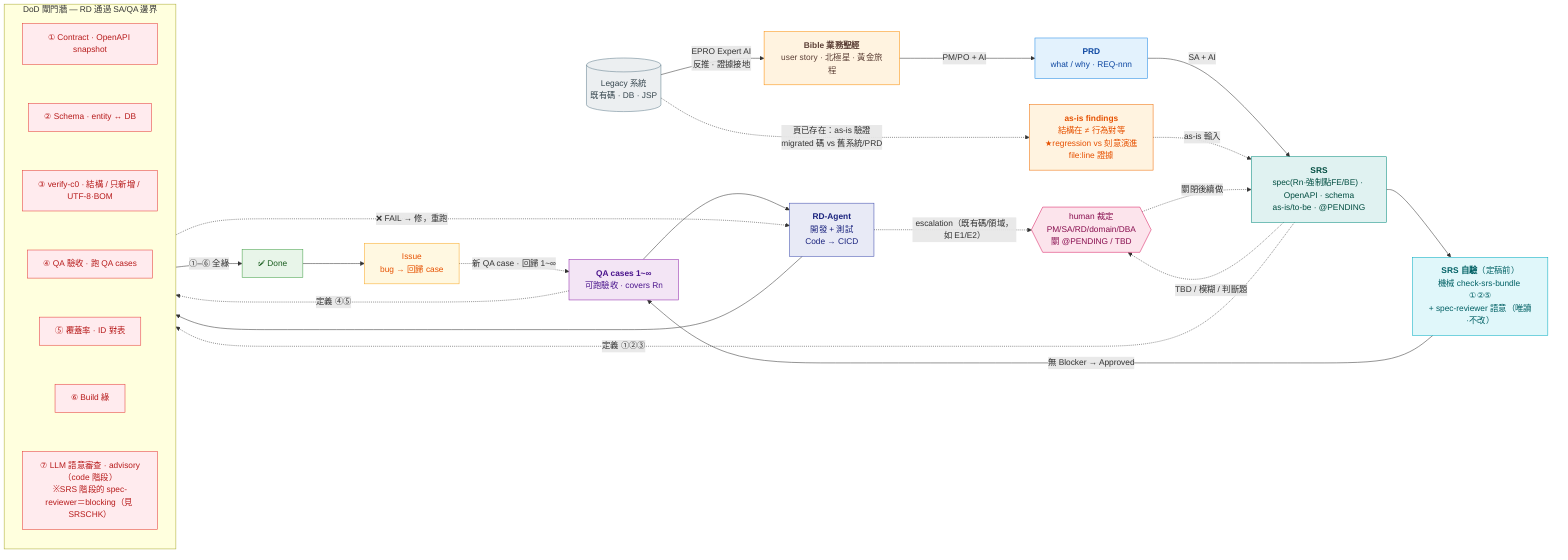
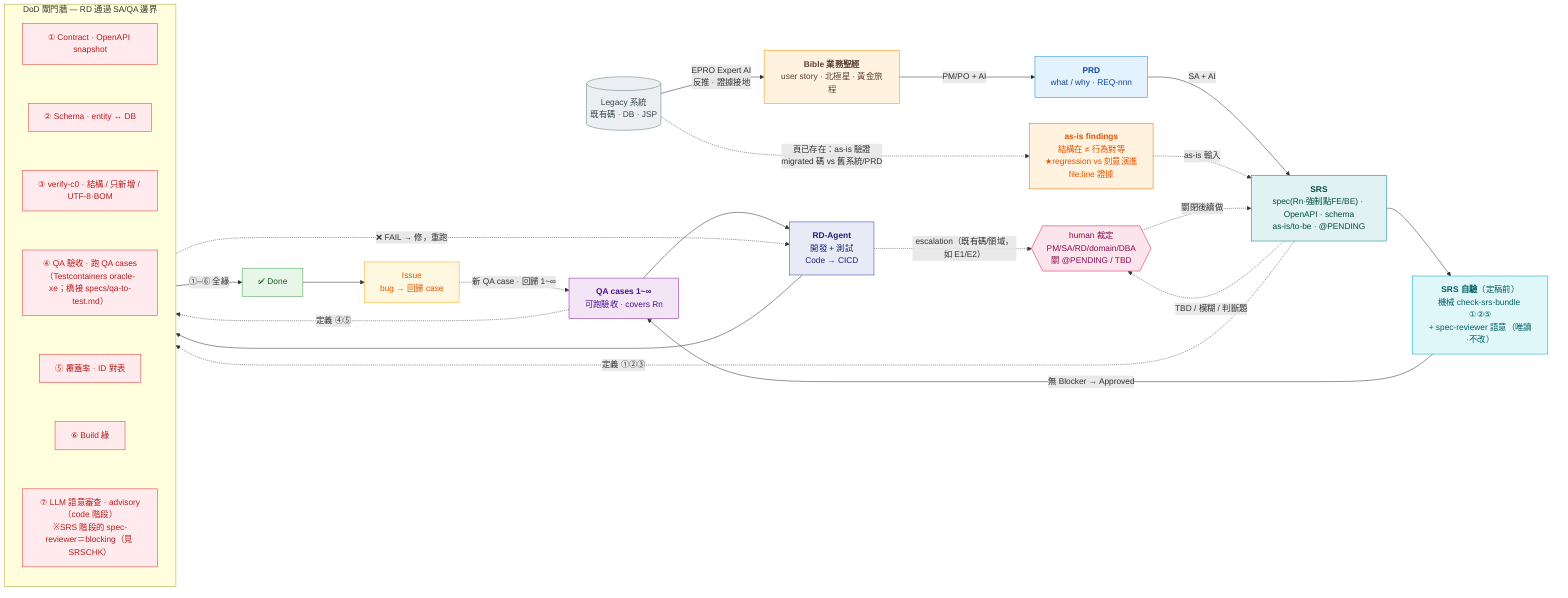
%% 未來 AI 工作流 — AI-native SDLC pipeline（brownfield 版）
%% 在 GitHub / Mermaid Live (mermaid.live) 直接 render；可編輯。本檔＝AI Flow 來源（.svg 為快取render、改 .mmd 後需重出）。
flowchart LR
  Legacy[("Legacy 系統<br/>既有碼 · DB · JSP")] -->|EPRO Expert AI<br/>反推 · 證據接地| Bible
  Bible["<b>Bible 業務聖經</b><br/>user story · 北極星 · 黃金旅程"] -->|PM/PO + AI| PRD
  PRD["<b>PRD</b><br/>what / why · REQ-nnn"] -->|SA + AI| SRS

  %% ★brownfield：頁已存在 → 先驗 migrated 碼，findings 當 as-is 餵 SRS（這條是 70% 既有碼的必經路）
  Legacy -.->|"頁已存在：as-is 驗證<br/>migrated 碼 vs 舊系統/PRD"| Findings
  Findings["<b>as-is findings</b><br/>結構在 ≠ 行為對等<br/>★regression vs 刻意演進<br/>file:line 證據"] -.->|as-is 輸入| SRS

  SRS["<b>SRS</b><br/>spec(Rn·強制點FE/BE) · OpenAPI · schema<br/>as-is/to-be · @PENDING"] --> SRSCHK
  SRSCHK["<b>SRS 自驗</b>（定稿前）<br/>機械 check-srs-bundle ①②⑤<br/>+ spec-reviewer 語意（唯讀·不改）"] -->|無 Blocker → Approved| QA
  QA["<b>QA cases 1~∞</b><br/>可跑驗收 · covers Rn"] --> RD
  RD["<b>RD-Agent</b><br/>開發 + 測試<br/>Code → CICD"] --> GATE

  subgraph GATE["DoD 閘門牆 — RD 通過 SA/QA 邊界"]
    direction TB
    G1["① Contract · OpenAPI snapshot"]
    G2["② Schema · entity ↔ DB"]
    G3["③ verify-c0 · 結構 / 只新增 / UTF-8·BOM"]
-     G4["④ QA 驗收 · 跑 QA cases"]
+     G4["④ QA 驗收 · 跑 QA cases<br/>（Testcontainers oracle-xe；橋接 specs/qa-to-test.md）"]
    G5["⑤ 覆蓋率 · ID 對表"]
    G6["⑥ Build 綠"]
    G7["⑦ LLM 語意審查 · advisory（code 階段）<br/>※SRS 階段的 spec-reviewer＝blocking（見 SRSCHK）"]
    G1 ~~~ G2 ~~~ G3 ~~~ G4 ~~~ G5 ~~~ G6 ~~~ G7
  end

  GATE -->|①–⑥ 全綠| Done["✅ Done"]
  GATE -.->|❌ FAIL → 修，重跑| RD
  Done --> Issue["Issue<br/>bug → 回歸 case"]
  Issue -.->|新 QA case · 回歸 1~∞| QA

  %% ★判斷題不自行裁定：TBD / 模糊 / 既有碼行為 → human 裁定 → 關閉後回流
  SRS -.->|"TBD / 模糊 / 判斷題"| Decide
  RD  -.->|"escalation（既有碼/領域，如 E1/E2）"| Decide
  Decide{{"human 裁定<br/>PM/SA/RD/domain/DBA<br/>關 @PENDING / TBD"}} -.->|關閉後續做| SRS

  SRS -. 定義 ①②③ .-> GATE
  QA  -. 定義 ④⑤ .-> GATE

  %% 追溯 ID 骨幹：funcId(例 EPROC00118) 串 Bible→PRD→SRS→QA→code/test
  %% 原則：↑可追溯 ↓可驗證（①–⑥ deterministic 可信 / ⑦ LLM 只輔助）★Bible 證據接地
  %% brownfield 鐵律：migrated 碼「結構在≠行為對等」→ 必經 as-is 驗證；舊系統≠絕對正確 → 分 regression vs 刻意演進
  %% 判斷題鐵律：PRD TBD / legacy 行為一律 @PENDING + owner，不自行裁定、不把 legacy 當已核准需求（含 PRD 內帶的 as-is 細節）
  %% 動手前鐵律：頁開做前先唯讀盤點實際完成度 + 確認 mirror/算法來源（防「未做其實已完成」「假設錯來源」）
  %% as-is 驗證最低深度：每個 DB 寫入有 return/commit？每個 stub/TODO/throw？每條 error 分支？跨頁副作用？（防 throw-stub 漏網）
  %% regression vs 演進：異於舊版預設當 regression；歸「演進」須有依據（法規/PRD/已知需求），無依據不自判
  %% fix 可能引入新錯：採納 review 修正後要再審一輪（B1 修法曾引入 checkPointMap 副作用，複審才抓）；advisory⑦ vs SRS-blocking 別混
  %% 待決追蹤：@PENDING 有 owner + 是否 blocking，聚合到 feature-inventory（誰欠決策、卡多久），別散落

  classDef biz fill:#FFF3E0,stroke:#FB8C00,color:#5D4037;
  classDef prod fill:#E3F2FD,stroke:#1E88E5,color:#0D47A1;
  classDef spec fill:#E0F2F1,stroke:#00897B,color:#004D40;
  classDef qa fill:#F3E5F5,stroke:#8E24AA,color:#4A148C;
  classDef rd fill:#E8EAF6,stroke:#3949AB,color:#1A237E;
  classDef done fill:#E8F5E9,stroke:#43A047,color:#1B5E20;
  classDef issue fill:#FFF8E1,stroke:#F9A825,color:#E65100;
  classDef legacy fill:#ECEFF1,stroke:#607D8B,color:#37474F;
  classDef gate fill:#FFEBEE,stroke:#E53935,color:#B71C1C;
  classDef findings fill:#FFF3E0,stroke:#EF6C00,color:#E65100;
  classDef chk fill:#E0F7FA,stroke:#00ACC1,color:#006064;
  classDef decide fill:#FCE4EC,stroke:#D81B60,color:#880E4F;
  class Legacy legacy; class Bible biz; class PRD prod; class SRS spec;
  class QA qa; class RD rd; class Done done; class Issue issue;
  class Findings findings; class SRSCHK chk; class Decide decide;
  class G1,G2,G3,G4,G5,G6,G7 gate;
